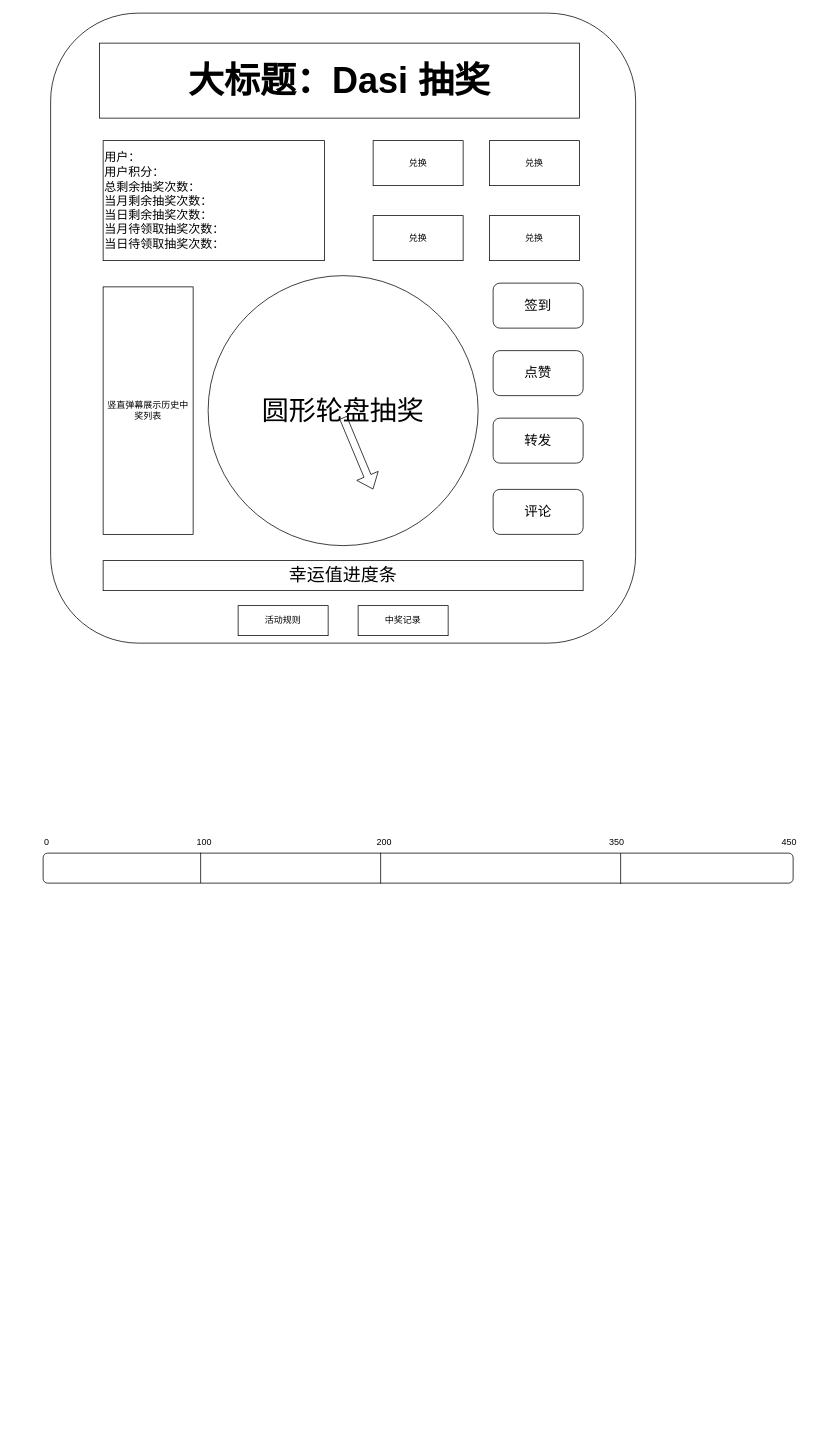
The draw.io diagram big-market/docs/dev-ops/drawio/前端界面.drawio in dasi0227/LuckyDraw, before the edit. Source tidied: cells renumbered, new cells numbered last; positions are measured from the earlier drawing's top-left corner, leaving out a move shared by most shapes. Both pictures are drawn from the tidied source at 75%, with x=0, y=0 at pixel (13, 13).
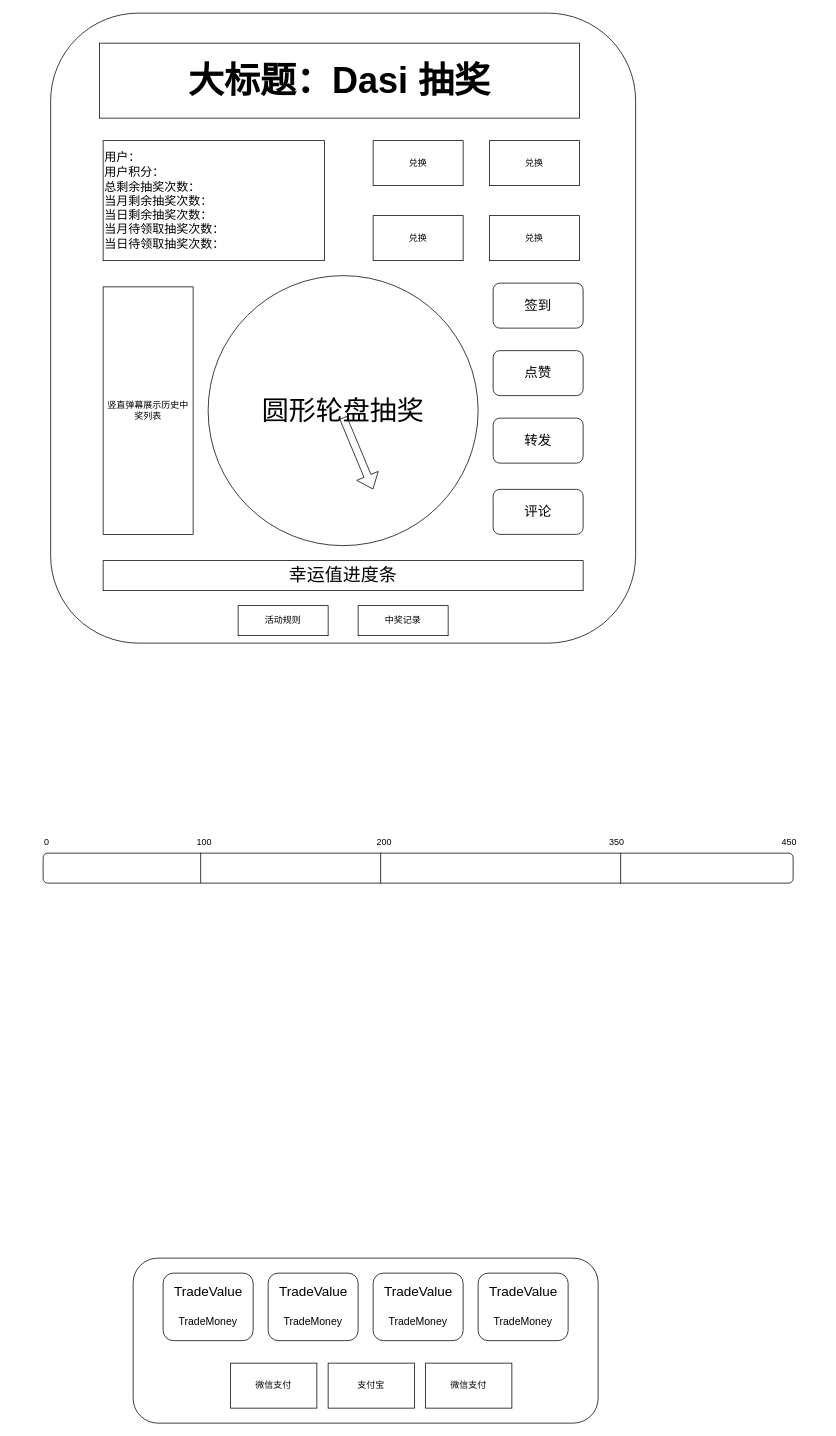
The same page after the edit.

Change to the diagram source:
```diff
@@
+    <mxCell id="28" style="rounded=1;whiteSpace=wrap;html=1;" parent="1" vertex="1">
+      <mxGeometry x="160" y="1660" width="620" height="220" as="geometry" />
+    </mxCell>
+    <mxCell id="29" value="微信支付" style="rounded=0;whiteSpace=wrap;html=1;" parent="1" vertex="1">
+      <mxGeometry x="290" y="1800" width="115" height="60" as="geometry" />
+    </mxCell>
+    <mxCell id="30" style="group;" parent="1" vertex="1">
+      <mxGeometry x="200" y="1680" width="120" height="90" as="geometry" />
+    </mxCell>
+    <mxCell id="31" style="rounded=1;whiteSpace=wrap;html=1;" parent="30" vertex="1">
+      <mxGeometry width="120" height="90" as="geometry" />
+    </mxCell>
+    <mxCell id="32" value="&lt;font style=&quot;font-size: 18px;&quot;&gt;TradeValue&lt;/font&gt;" style="text;html=1;align=center;verticalAlign=middle;whiteSpace=wrap;rounded=0;" parent="30" vertex="1">
+      <mxGeometry x="17.5" width="85" height="50" as="geometry" />
+    </mxCell>
+    <mxCell id="33" value="&lt;font style=&quot;font-size: 14px;&quot;&gt;TradeMoney&lt;/font&gt;" style="text;html=1;align=center;verticalAlign=middle;whiteSpace=wrap;rounded=0;" parent="30" vertex="1">
+      <mxGeometry x="30" y="50" width="60" height="30" as="geometry" />
+    </mxCell>
+    <mxCell id="34" style="group;" parent="1" vertex="1">
+      <mxGeometry x="340" y="1680" width="120" height="90" as="geometry" />
+    </mxCell>
+    <mxCell id="35" style="rounded=1;whiteSpace=wrap;html=1;" parent="34" vertex="1">
+      <mxGeometry width="120" height="90" as="geometry" />
+    </mxCell>
+    <mxCell id="36" value="&lt;font style=&quot;font-size: 18px;&quot;&gt;TradeValue&lt;/font&gt;" style="text;html=1;align=center;verticalAlign=middle;whiteSpace=wrap;rounded=0;" parent="34" vertex="1">
+      <mxGeometry x="17.5" width="85" height="50" as="geometry" />
+    </mxCell>
+    <mxCell id="37" value="&lt;font style=&quot;font-size: 14px;&quot;&gt;TradeMoney&lt;/font&gt;" style="text;html=1;align=center;verticalAlign=middle;whiteSpace=wrap;rounded=0;" parent="34" vertex="1">
+      <mxGeometry x="30" y="50" width="60" height="30" as="geometry" />
+    </mxCell>
+    <mxCell id="38" style="group;" parent="1" vertex="1">
+      <mxGeometry x="480" y="1680" width="120" height="90" as="geometry" />
+    </mxCell>
+    <mxCell id="39" style="rounded=1;whiteSpace=wrap;html=1;" parent="38" vertex="1">
+      <mxGeometry width="120" height="90" as="geometry" />
+    </mxCell>
+    <mxCell id="40" value="&lt;font style=&quot;font-size: 18px;&quot;&gt;TradeValue&lt;/font&gt;" style="text;html=1;align=center;verticalAlign=middle;whiteSpace=wrap;rounded=0;" parent="38" vertex="1">
+      <mxGeometry x="17.5" width="85" height="50" as="geometry" />
+    </mxCell>
+    <mxCell id="41" value="&lt;font style=&quot;font-size: 14px;&quot;&gt;TradeMoney&lt;/font&gt;" style="text;html=1;align=center;verticalAlign=middle;whiteSpace=wrap;rounded=0;" parent="38" vertex="1">
+      <mxGeometry x="30" y="50" width="60" height="30" as="geometry" />
+    </mxCell>
+    <mxCell id="42" style="group;" parent="1" vertex="1">
+      <mxGeometry x="620" y="1680" width="120" height="90" as="geometry" />
+    </mxCell>
+    <mxCell id="43" style="rounded=1;whiteSpace=wrap;html=1;" parent="42" vertex="1">
+      <mxGeometry width="120" height="90" as="geometry" />
+    </mxCell>
+    <mxCell id="44" value="&lt;font style=&quot;font-size: 18px;&quot;&gt;TradeValue&lt;/font&gt;" style="text;html=1;align=center;verticalAlign=middle;whiteSpace=wrap;rounded=0;" parent="42" vertex="1">
+      <mxGeometry x="17.5" width="85" height="50" as="geometry" />
+    </mxCell>
+    <mxCell id="45" value="&lt;font style=&quot;font-size: 14px;&quot;&gt;TradeMoney&lt;/font&gt;" style="text;html=1;align=center;verticalAlign=middle;whiteSpace=wrap;rounded=0;" parent="42" vertex="1">
+      <mxGeometry x="30" y="50" width="60" height="30" as="geometry" />
+    </mxCell>
+    <mxCell id="46" value="支付宝" style="rounded=0;whiteSpace=wrap;html=1;" parent="1" vertex="1">
+      <mxGeometry x="420" y="1800" width="115" height="60" as="geometry" />
+    </mxCell>
+    <mxCell id="47" value="微信支付" style="rounded=0;whiteSpace=wrap;html=1;" parent="1" vertex="1">
+      <mxGeometry x="550" y="1800" width="115" height="60" as="geometry" />
+    </mxCell>
```
